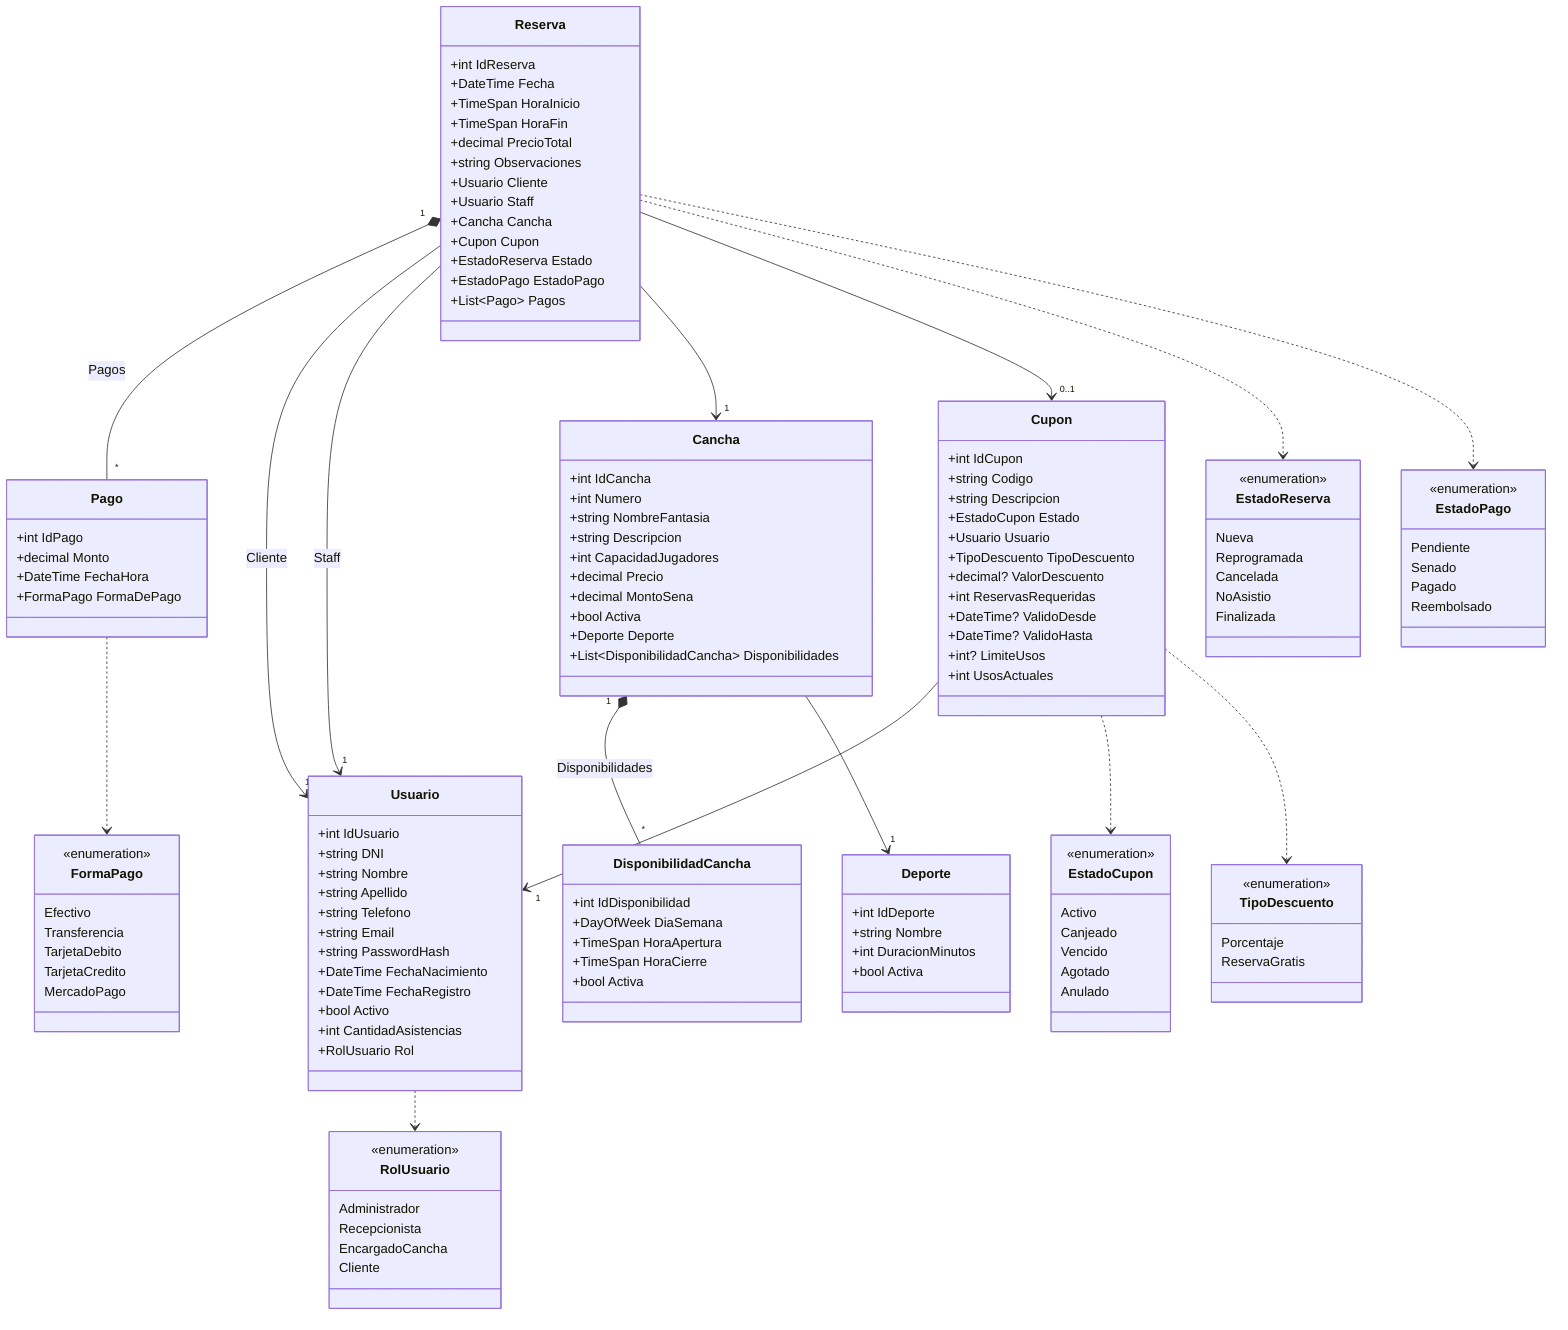
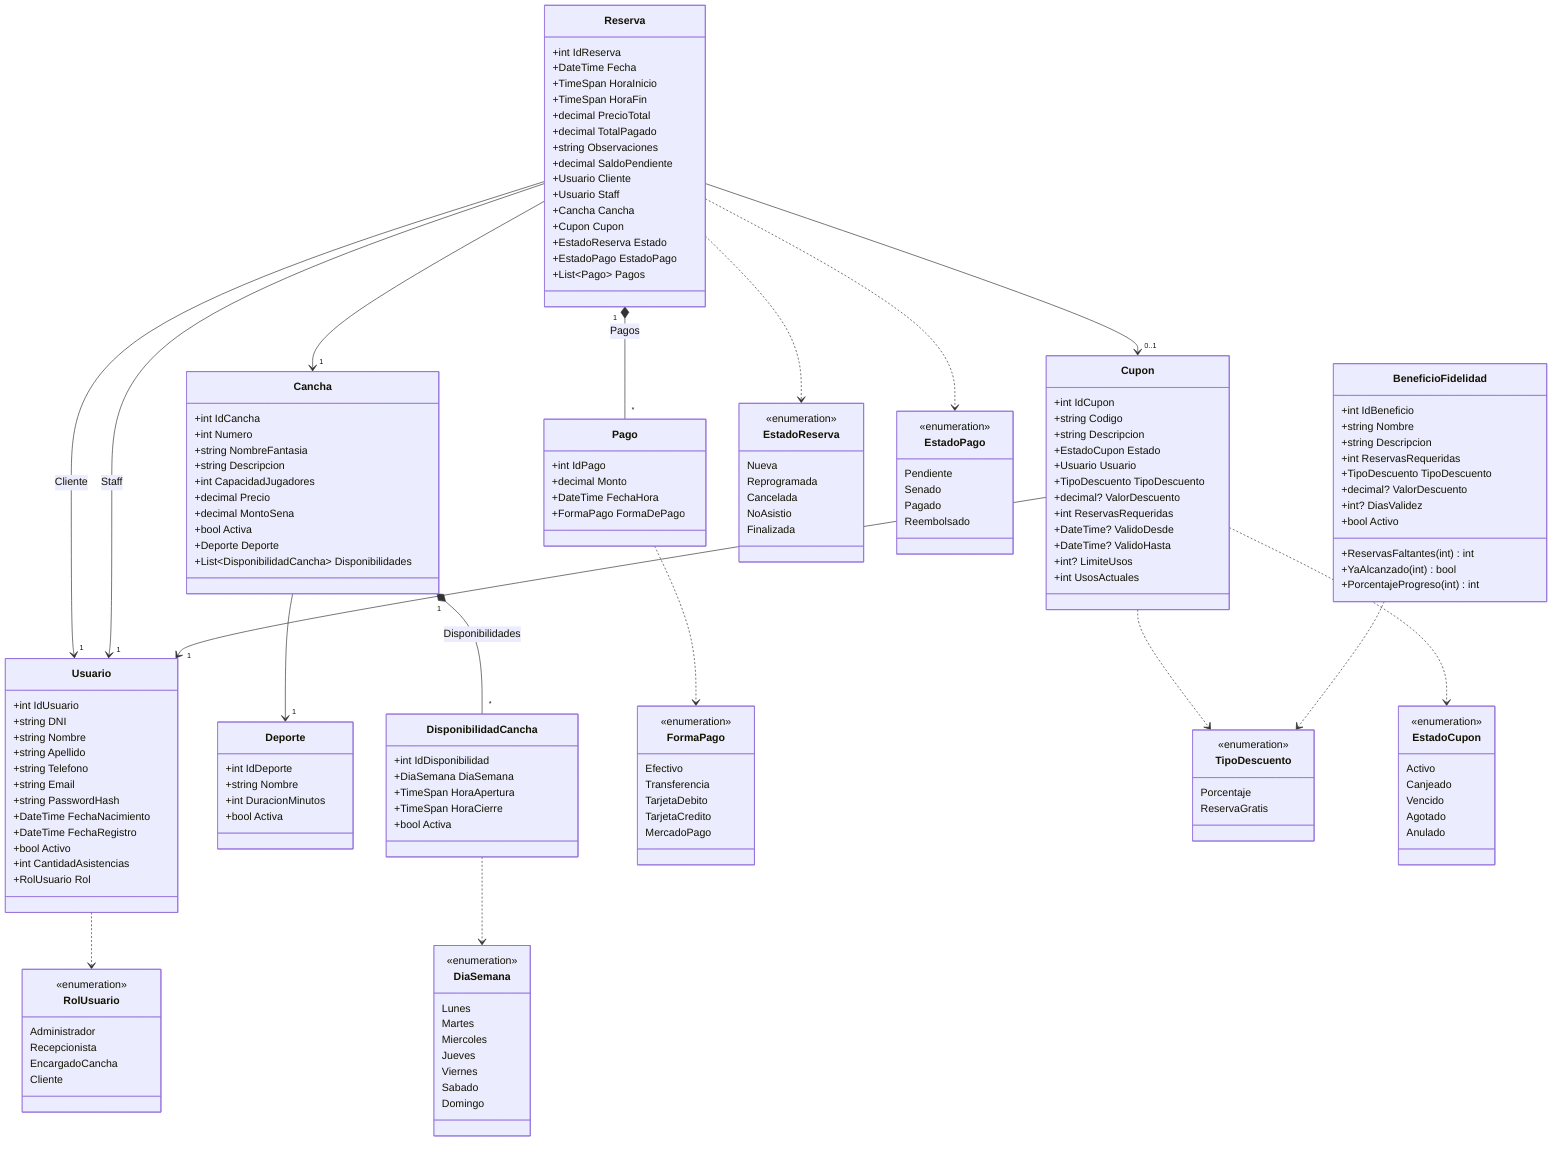
classDiagram
    class Usuario {
        +int IdUsuario
        +string DNI
        +string Nombre
        +string Apellido
        +string Telefono
        +string Email
        +string PasswordHash
        +DateTime FechaNacimiento
        +DateTime FechaRegistro
        +bool Activo
        +int CantidadAsistencias
        +RolUsuario Rol
    }

    class Cancha {
        +int IdCancha
        +int Numero
        +string NombreFantasia
        +string Descripcion
        +int CapacidadJugadores
        +decimal Precio
        +decimal MontoSena
        +bool Activa
        +Deporte Deporte
        +List~DisponibilidadCancha~ Disponibilidades
    }

    class Deporte {
        +int IdDeporte
        +string Nombre
        +int DuracionMinutos
        +bool Activa
    }

    class DisponibilidadCancha {
        +int IdDisponibilidad
-         +DayOfWeek DiaSemana
+         +DiaSemana DiaSemana
        +TimeSpan HoraApertura
        +TimeSpan HoraCierre
        +bool Activa
    }

    class Reserva {
        +int IdReserva
        +DateTime Fecha
        +TimeSpan HoraInicio
        +TimeSpan HoraFin
        +decimal PrecioTotal
+         +decimal TotalPagado
        +string Observaciones
+         +decimal SaldoPendiente
        +Usuario Cliente
        +Usuario Staff
        +Cancha Cancha
        +Cupon Cupon
        +EstadoReserva Estado
        +EstadoPago EstadoPago
        +List~Pago~ Pagos
    }

    class Cupon {
        +int IdCupon
        +string Codigo
        +string Descripcion
        +EstadoCupon Estado
        +Usuario Usuario
        +TipoDescuento TipoDescuento
        +decimal? ValorDescuento
        +int ReservasRequeridas
        +DateTime? ValidoDesde
        +DateTime? ValidoHasta
        +int? LimiteUsos
        +int UsosActuales
    }

    class Pago {
        +int IdPago
        +decimal Monto
        +DateTime FechaHora
        +FormaPago FormaDePago
+     }
+ 
+     class BeneficioFidelidad {
+         +int IdBeneficio
+         +string Nombre
+         +string Descripcion
+         +int ReservasRequeridas
+         +TipoDescuento TipoDescuento
+         +decimal? ValorDescuento
+         +int? DiasValidez
+         +bool Activo
+         +ReservasFaltantes(int) int
+         +YaAlcanzado(int) bool
+         +PorcentajeProgreso(int) int
    }

    class RolUsuario {
        <<enumeration>>
        Administrador
        Recepcionista
        EncargadoCancha
        Cliente
    }

    class EstadoReserva {
        <<enumeration>>
        Nueva
        Reprogramada
        Cancelada
        NoAsistio
        Finalizada
    }

    class EstadoPago {
        <<enumeration>>
        Pendiente
        Senado
        Pagado
        Reembolsado
    }

    class FormaPago {
        <<enumeration>>
        Efectivo
        Transferencia
        TarjetaDebito
        TarjetaCredito
        MercadoPago
    }

    class TipoDescuento {
        <<enumeration>>
        Porcentaje
        ReservaGratis
    }

    class EstadoCupon {
        <<enumeration>>
        Activo
        Canjeado
        Vencido
        Agotado
        Anulado
    }

+     class DiaSemana {
+         <<enumeration>>
+         Lunes
+         Martes
+         Miercoles
+         Jueves
+         Viernes
+         Sabado
+         Domingo
+     }
+ 
    Cancha "1" *-- "*" DisponibilidadCancha : Disponibilidades
    Reserva "1" *-- "*" Pago : Pagos

    Cancha --> "1" Deporte
    Reserva --> "1" Usuario : Cliente
    Reserva --> "1" Usuario : Staff
    Reserva --> "1" Cancha
    Reserva --> "0..1" Cupon
    Cupon --> "1" Usuario

    Usuario ..> RolUsuario
    Reserva ..> EstadoReserva
    Reserva ..> EstadoPago
    Cupon ..> EstadoCupon
    Cupon ..> TipoDescuento
    Pago ..> FormaPago
+     DisponibilidadCancha ..> DiaSemana
+     BeneficioFidelidad ..> TipoDescuento
